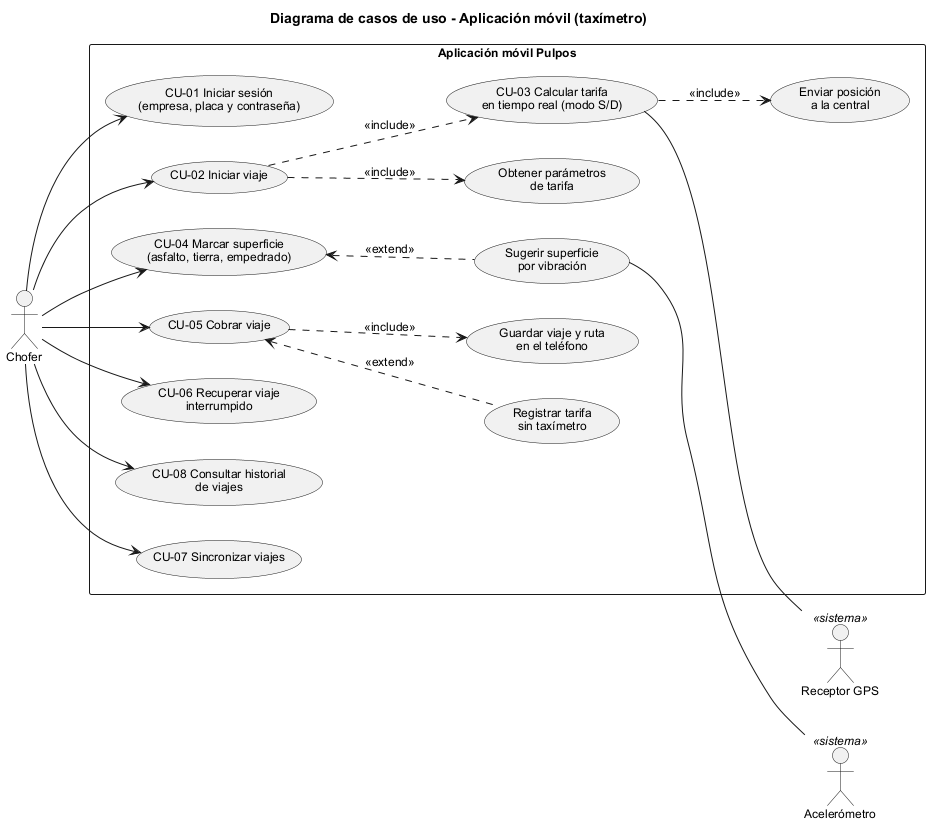
This is diseno/uml/cu01_app_movil.png from BenjexDtz/pulpos-taxis, a PlantUML export, as it was before one commit. Its diagram source:
```plantuml
@startuml cu01_app_movil
!include estilo.iuml
left to right direction
title Diagrama de casos de uso - Aplicación móvil (taxímetro)

actor "Chofer" as Chofer

rectangle "Aplicación móvil Pulpos" {
  usecase "CU-01 Iniciar sesión\n(empresa, placa y contraseña)" as UC1
  usecase "CU-02 Iniciar viaje" as UC2
  usecase "CU-03 Calcular tarifa\nen tiempo real (modo S/D)" as UC3
  usecase "Obtener parámetros\nde tarifa" as UC2a
  usecase "CU-04 Marcar superficie\n(asfalto, tierra, empedrado)" as UC4
  usecase "Sugerir superficie\npor vibración" as UC4a
  usecase "CU-05 Cobrar viaje" as UC5
  usecase "Registrar tarifa\nsin taxímetro" as UC5a
  usecase "Guardar viaje y ruta\nen el teléfono" as UC5b
  usecase "CU-06 Recuperar viaje\ninterrumpido" as UC6
  usecase "CU-08 Consultar historial\nde viajes" as UC8
  usecase "CU-01 Iniciar sesión\n(empresa, placa y contraseña)" as UC1
  usecase "CU-07 Sincronizar viajes" as UC7
  usecase "Enviar posición\na la central" as UC9
}

actor "Receptor GPS" as GPS <<sistema>>
actor "Acelerómetro" as Acel <<sistema>>

Chofer --> UC1
Chofer --> UC2
Chofer --> UC4
Chofer --> UC5
Chofer --> UC6
Chofer --> UC8
Chofer --> UC7

UC2 ..> UC3 : <<include>>
UC2 ..> UC2a : <<include>>
UC4 <.. UC4a : <<extend>>
UC5 <.. UC5a : <<extend>>
UC5 ..> UC5b : <<include>>
UC3 ..> UC9 : <<include>>

UC3 -[hidden]- GPS
UC4a -[hidden]- Acel

UC3 -[norank]- GPS
UC4a -[norank]- Acel
@enduml
```
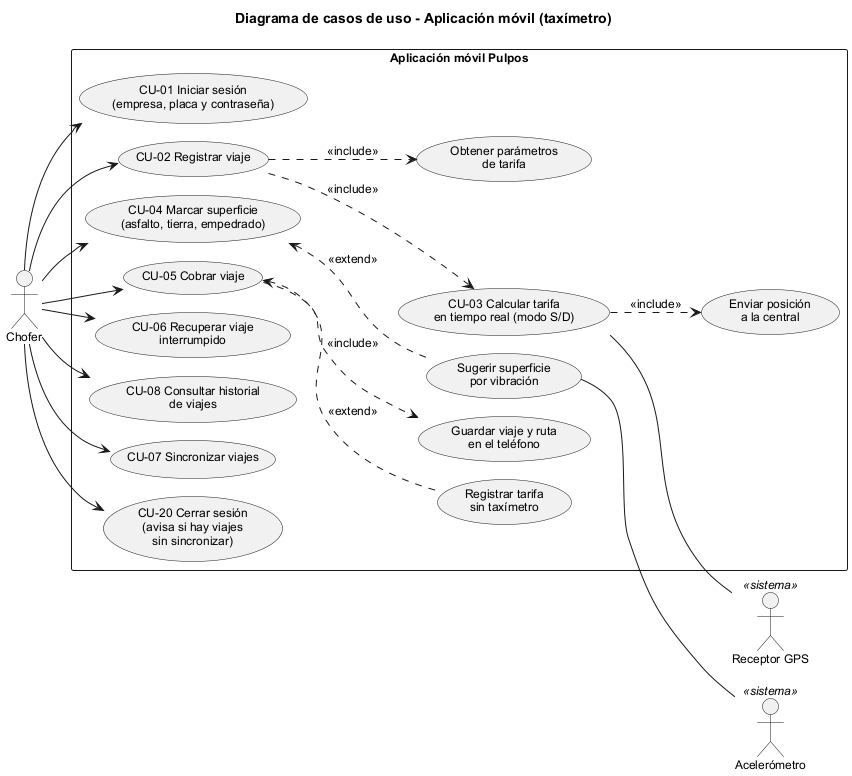
The same file after the commit.

Change to the diagram source:
```diff
@@ -1,4 +1,5 @@
 @startuml cu01_app_movil
+!pragma layout smetana
 !include estilo.iuml
 left to right direction
 title Diagrama de casos de uso - Aplicación móvil (taxímetro)
@@ -7,7 +8,7 @@
 
 rectangle "Aplicación móvil Pulpos" {
   usecase "CU-01 Iniciar sesión\n(empresa, placa y contraseña)" as UC1
-  usecase "CU-02 Iniciar viaje" as UC2
+  usecase "CU-02 Registrar viaje" as UC2
   usecase "CU-03 Calcular tarifa\nen tiempo real (modo S/D)" as UC3
   usecase "Obtener parámetros\nde tarifa" as UC2a
   usecase "CU-04 Marcar superficie\n(asfalto, tierra, empedrado)" as UC4
@@ -17,9 +18,9 @@
   usecase "Guardar viaje y ruta\nen el teléfono" as UC5b
   usecase "CU-06 Recuperar viaje\ninterrumpido" as UC6
   usecase "CU-08 Consultar historial\nde viajes" as UC8
-  usecase "CU-01 Iniciar sesión\n(empresa, placa y contraseña)" as UC1
   usecase "CU-07 Sincronizar viajes" as UC7
   usecase "Enviar posición\na la central" as UC9
+  usecase "CU-20 Cerrar sesión\n(avisa si hay viajes\nsin sincronizar)" as UC20
 }
 
 actor "Receptor GPS" as GPS <<sistema>>
@@ -32,6 +33,7 @@
 Chofer --> UC6
 Chofer --> UC8
 Chofer --> UC7
+Chofer --> UC20
 
 UC2 ..> UC3 : <<include>>
 UC2 ..> UC2a : <<include>>
```
